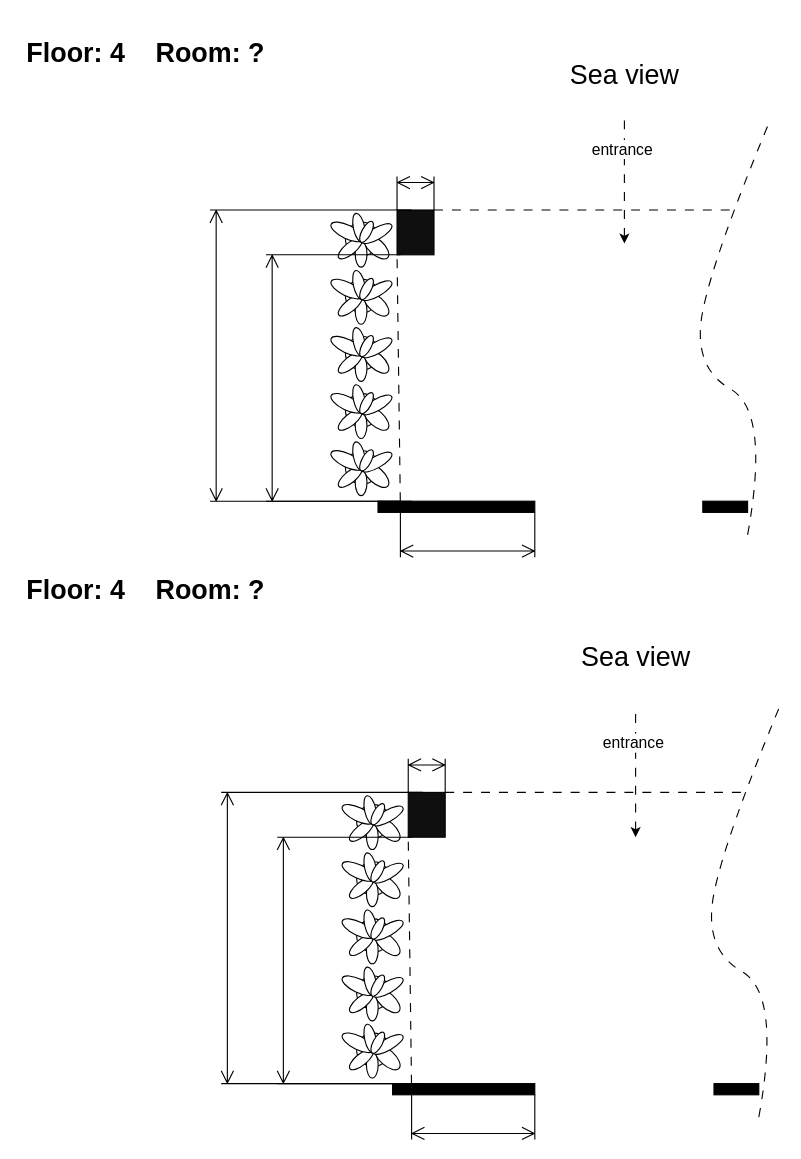
Above: Room 13-14.drawio in hdghg/heaven-balcony (draw.io), before the change. Source tidied: cells renumbered, new cells numbered last; positions are measured from the earlier drawing's top-left corner, leaving out a move shared by most shapes. Both pictures are drawn from the tidied source at 112%, with x=0, y=0 at pixel (19, 30).
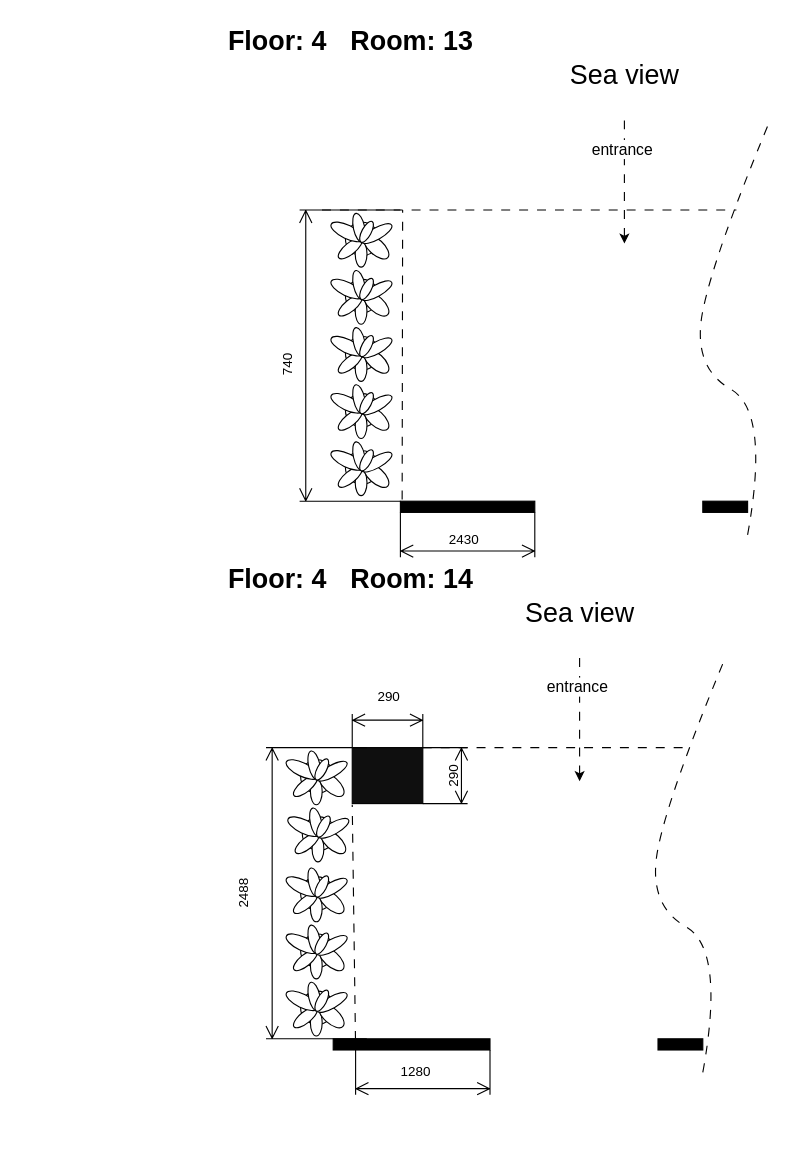
Above is the later version.

Change to the diagram source:
```diff
@@
     <mxCell id="2" value="Floor: 4" style="text;strokeColor=none;fillColor=none;html=1;fontSize=24;fontStyle=1;verticalAlign=middle;align=center;" parent="1" vertex="1">
-      <mxGeometry width="100" height="40" as="geometry" />
+      <mxGeometry x="180" y="-10" width="100" height="40" as="geometry" />
     </mxCell>
-    <mxCell id="3" value="Room: ?" style="text;strokeColor=none;fillColor=none;html=1;fontSize=24;fontStyle=1;verticalAlign=middle;align=center;" parent="1" vertex="1">
-      <mxGeometry x="120" width="100" height="40" as="geometry" />
+    <mxCell id="3" value="Room: 13" style="text;strokeColor=none;fillColor=none;html=1;fontSize=24;fontStyle=1;verticalAlign=middle;align=center;" parent="1" vertex="1">
+      <mxGeometry x="300" y="-10" width="100" height="40" as="geometry" />
     </mxCell>
@@
     <mxCell id="9" style="verticalLabelPosition=bottom;html=1;verticalAlign=top;align=center;shape=mxgraph.floorplan.wall;fillColor=strokeColor;" parent="1" vertex="1">
-      <mxGeometry x="320" y="420" width="140" height="10" as="geometry" />
+      <mxGeometry x="340" y="420" width="120" height="10" as="geometry" />
     </mxCell>
@@
-    <mxCell id="11" style="rounded=0;whiteSpace=wrap;html=1;fillColor=#0F0F0F;" parent="1" vertex="1">
-      <mxGeometry x="337" y="160" width="33" height="40" as="geometry" />
-    </mxCell>
@@
     <mxCell id="15" style="shape=dimension;direction=south;whiteSpace=wrap;html=1;align=left;points=[];verticalAlign=middle;labelBackgroundColor=#ffffff;fillColor=#0F0F0F;" parent="1" vertex="1">
-      <mxGeometry x="170" y="160" width="180" height="260" as="geometry" />
+      <mxGeometry x="250" y="160" width="90" height="260" as="geometry" />
     </mxCell>
-    <mxCell id="16" style="shape=dimension;direction=west;whiteSpace=wrap;html=1;align=center;verticalAlign=top;spacingTop=-8;labelBackgroundColor=#ffffff;fillColor=#0F0F0F;" parent="1" vertex="1">
-      <mxGeometry x="337" y="130" width="33" height="30" as="geometry" />
-    </mxCell>
-    <mxCell id="17" style="endArrow=none;dashed=1;html=1;rounded=0;dashPattern=8 8;exitX=1;exitY=0;exitDx=0;exitDy=0;" parent="1" edge="1" source="11">
+    <mxCell id="17" style="endArrow=none;dashed=1;html=1;rounded=0;dashPattern=8 8;" parent="1" edge="1">
       <mxGeometry relative="1" as="geometry">
+        <mxPoint x="270" y="160" as="sourcePoint" />
         <mxPoint x="640" y="160" as="targetPoint" />
       </mxGeometry>
     </mxCell>
-    <mxCell id="18" style="endArrow=none;dashed=1;html=1;rounded=0;dashPattern=8 8;entryX=0;entryY=1;entryDx=0;entryDy=0;exitX=1;exitY=0.056;exitDx=0;exitDy=0;exitPerimeter=0;" parent="1" edge="1" source="15" target="11">
-      <mxGeometry relative="1" as="geometry" />
-    </mxCell>
@@
-    <mxCell id="20" style="verticalLabelPosition=bottom;html=1;verticalAlign=top;align=center;shape=mxgraph.floorplan.plant;" parent="1" vertex="1">
-      <mxGeometry x="290" y="680" width="47" height="51" as="geometry" />
-    </mxCell>
-    <mxCell id="21" style="verticalLabelPosition=bottom;html=1;verticalAlign=top;align=center;shape=mxgraph.floorplan.wall;fillColor=strokeColor;" parent="1" vertex="1">
-      <mxGeometry x="620" y="940" width="40" height="10" as="geometry" />
-    </mxCell>
-    <mxCell id="22" style="verticalLabelPosition=bottom;html=1;verticalAlign=top;align=center;shape=mxgraph.floorplan.plant;" parent="1" vertex="1">
-      <mxGeometry x="290" y="782" width="47" height="51" as="geometry" />
-    </mxCell>
-    <mxCell id="23" style="verticalLabelPosition=bottom;html=1;verticalAlign=top;align=center;shape=mxgraph.floorplan.plant;" parent="1" vertex="1">
-      <mxGeometry x="290" y="731" width="47" height="51" as="geometry" />
-    </mxCell>
-    <mxCell id="24" style="verticalLabelPosition=bottom;html=1;verticalAlign=top;align=center;shape=mxgraph.floorplan.plant;" parent="1" vertex="1">
-      <mxGeometry x="290" y="833" width="47" height="51" as="geometry" />
-    </mxCell>
-    <mxCell id="25" style="verticalLabelPosition=bottom;html=1;verticalAlign=top;align=center;shape=mxgraph.floorplan.wall;fillColor=strokeColor;" parent="1" vertex="1">
-      <mxGeometry x="333" y="940" width="127" height="10" as="geometry" />
-    </mxCell>
-    <mxCell id="26" style="verticalLabelPosition=bottom;html=1;verticalAlign=top;align=center;shape=mxgraph.floorplan.plant;" parent="1" vertex="1">
-      <mxGeometry x="290" y="884" width="47" height="51" as="geometry" />
-    </mxCell>
-    <mxCell id="27" style="rounded=0;whiteSpace=wrap;html=1;fillColor=#0F0F0F;" parent="1" vertex="1">
-      <mxGeometry x="347" y="680" width="33" height="40" as="geometry" />
-    </mxCell>
-    <mxCell id="28" value="Sea view" style="text;strokeColor=none;fillColor=none;html=1;fontSize=24;fontStyle=0;verticalAlign=middle;align=center;" parent="1" vertex="1">
-      <mxGeometry x="500" y="540" width="100" height="40" as="geometry" />
-    </mxCell>
-    <mxCell id="29" style="endArrow=classic;html=1;rounded=0;dashed=1;dashPattern=8 8;" parent="1" edge="1">
-      <mxGeometry relative="1" as="geometry">
-        <mxPoint x="550" y="610" as="sourcePoint" />
-        <mxPoint x="550" y="720" as="targetPoint" />
-      </mxGeometry>
-    </mxCell>
-    <mxCell id="30" value="entrance" style="edgeLabel;html=1;align=center;verticalAlign=middle;fontSize=14;" parent="29" vertex="1">
-      <mxGeometry x="-0.54" y="-3" relative="1" as="geometry" />
-    </mxCell>
-    <mxCell id="31" style="shape=dimension;direction=south;whiteSpace=wrap;html=1;align=left;points=[];verticalAlign=middle;labelBackgroundColor=#ffffff;fillColor=#0F0F0F;" parent="1" vertex="1">
-      <mxGeometry x="180" y="680" width="180" height="260" as="geometry" />
-    </mxCell>
-    <mxCell id="32" style="shape=dimension;direction=south;whiteSpace=wrap;html=1;align=left;verticalAlign=middle;labelBackgroundColor=#ffffff;fillColor=#0F0F0F;" parent="1" vertex="1">
-      <mxGeometry x="230" y="720" width="120" height="220" as="geometry" />
-    </mxCell>
-    <mxCell id="33" style="shape=dimension;direction=west;whiteSpace=wrap;html=1;align=center;verticalAlign=top;spacingTop=-8;labelBackgroundColor=#ffffff;fillColor=#0F0F0F;" parent="1" vertex="1">
-      <mxGeometry x="347" y="650" width="33" height="30" as="geometry" />
-    </mxCell>
-    <mxCell id="34" style="endArrow=none;dashed=1;html=1;rounded=0;dashPattern=8 8;exitX=1;exitY=0;exitDx=0;exitDy=0;" parent="1" edge="1" source="27">
-      <mxGeometry relative="1" as="geometry">
-        <mxPoint x="650" y="680" as="targetPoint" />
-      </mxGeometry>
-    </mxCell>
-    <mxCell id="35" style="endArrow=none;dashed=1;html=1;rounded=0;dashPattern=8 8;entryX=0;entryY=1;entryDx=0;entryDy=0;exitX=1;exitY=0.056;exitDx=0;exitDy=0;exitPerimeter=0;" parent="1" edge="1" source="31" target="27">
-      <mxGeometry relative="1" as="geometry" />
-    </mxCell>
-    <mxCell id="36" style="curved=1;endArrow=none;html=1;rounded=0;dashed=1;dashPattern=8 8;strokeColor=default;endFill=0;" parent="1" edge="1">
-      <mxGeometry relative="1" as="geometry">
-        <mxPoint x="660" y="970" as="sourcePoint" />
-        <mxPoint x="680" y="600" as="targetPoint" />
-        <Array as="points">
-          <mxPoint x="680" y="860" />
-          <mxPoint x="610" y="820" />
-          <mxPoint x="630" y="720" />
-        </Array>
-      </mxGeometry>
-    </mxCell>
     <mxCell id="37" value="Floor: 4" style="text;strokeColor=none;fillColor=none;html=1;fontSize=24;fontStyle=1;verticalAlign=middle;align=center;" parent="1" vertex="1">
-      <mxGeometry y="480" width="100" height="40" as="geometry" />
+      <mxGeometry x="180" y="470" width="100" height="40" as="geometry" />
     </mxCell>
-    <mxCell id="38" value="Room: ?" style="text;strokeColor=none;fillColor=none;html=1;fontSize=24;fontStyle=1;verticalAlign=middle;align=center;" parent="1" vertex="1">
-      <mxGeometry x="120" y="480" width="100" height="40" as="geometry" />
+    <mxCell id="38" value="Room: 14" style="text;strokeColor=none;fillColor=none;html=1;fontSize=24;fontStyle=1;verticalAlign=middle;align=center;" parent="1" vertex="1">
+      <mxGeometry x="300" y="470" width="100" height="40" as="geometry" />
     </mxCell>
@@
-    <mxCell id="40" style="shape=dimension;direction=south;whiteSpace=wrap;html=1;align=left;verticalAlign=middle;labelBackgroundColor=#ffffff;fillColor=#0F0F0F;" parent="1" vertex="1">
-      <mxGeometry x="220" y="200" width="120" height="220" as="geometry" />
-    </mxCell>
-    <mxCell id="41" style="shape=dimension;whiteSpace=wrap;html=1;align=center;verticalAlign=bottom;spacingBottom=-5;labelBackgroundColor=#ffffff;fontSize=14;fillColor=#0F0F0F;" parent="1" vertex="1">
-      <mxGeometry x="350" y="950" width="110" height="40" as="geometry" />
-    </mxCell>
+    <mxCell id="42" style="endArrow=none;dashed=1;html=1;rounded=0;dashPattern=8 8;exitX=0.013;exitY=-0.15;exitDx=0;exitDy=0;exitPerimeter=0;" parent="1" edge="1" source="9">
+      <mxGeometry relative="1" as="geometry">
+        <mxPoint x="342" y="160" as="targetPoint" />
+      </mxGeometry>
+    </mxCell>
+    <mxCell id="43" value="740" style="text;html=1;strokeColor=none;fillColor=none;align=center;verticalAlign=middle;whiteSpace=wrap;rounded=0;rotation=270;" parent="1" vertex="1">
+      <mxGeometry x="210" y="283" width="60" height="30" as="geometry" />
+    </mxCell>
+    <mxCell id="44" value="2430" style="text;html=1;strokeColor=none;fillColor=none;align=center;verticalAlign=middle;whiteSpace=wrap;rounded=0;" parent="1" vertex="1">
+      <mxGeometry x="367" y="440" width="60" height="30" as="geometry" />
+    </mxCell>
+    <mxCell id="45" style="verticalLabelPosition=bottom;html=1;verticalAlign=top;align=center;shape=mxgraph.floorplan.plant;" parent="1" vertex="1">
+      <mxGeometry x="240" y="640" width="47" height="51" as="geometry" />
+    </mxCell>
+    <mxCell id="46" style="verticalLabelPosition=bottom;html=1;verticalAlign=top;align=center;shape=mxgraph.floorplan.wall;fillColor=strokeColor;" parent="1" vertex="1">
+      <mxGeometry x="570" y="900" width="40" height="10" as="geometry" />
+    </mxCell>
+    <mxCell id="47" style="verticalLabelPosition=bottom;html=1;verticalAlign=top;align=center;shape=mxgraph.floorplan.plant;" parent="1" vertex="1">
+      <mxGeometry x="240" y="744.5" width="47" height="51" as="geometry" />
+    </mxCell>
+    <mxCell id="48" style="verticalLabelPosition=bottom;html=1;verticalAlign=top;align=center;shape=mxgraph.floorplan.plant;" parent="1" vertex="1">
+      <mxGeometry x="240" y="795.5" width="47" height="51" as="geometry" />
+    </mxCell>
+    <mxCell id="49" style="verticalLabelPosition=bottom;html=1;verticalAlign=top;align=center;shape=mxgraph.floorplan.wall;fillColor=strokeColor;" parent="1" vertex="1">
+      <mxGeometry x="280" y="900" width="140" height="10" as="geometry" />
+    </mxCell>
+    <mxCell id="50" style="verticalLabelPosition=bottom;html=1;verticalAlign=top;align=center;shape=mxgraph.floorplan.plant;" parent="1" vertex="1">
+      <mxGeometry x="240" y="846.5" width="47" height="51" as="geometry" />
+    </mxCell>
+    <mxCell id="51" style="rounded=0;whiteSpace=wrap;html=1;fillColor=#0F0F0F;" parent="1" vertex="1">
+      <mxGeometry x="297" y="640" width="63" height="50" as="geometry" />
+    </mxCell>
+    <mxCell id="28" value="Sea view" style="text;strokeColor=none;fillColor=none;html=1;fontSize=24;fontStyle=0;verticalAlign=middle;align=center;" parent="1" vertex="1">
+      <mxGeometry x="450" y="500" width="100" height="40" as="geometry" />
+    </mxCell>
+    <mxCell id="52" style="endArrow=classic;html=1;rounded=0;dashed=1;dashPattern=8 8;" parent="1" edge="1">
+      <mxGeometry relative="1" as="geometry">
+        <mxPoint x="500" y="560" as="sourcePoint" />
+        <mxPoint x="500" y="670" as="targetPoint" />
+      </mxGeometry>
+    </mxCell>
+    <mxCell id="30" value="entrance" style="edgeLabel;html=1;align=center;verticalAlign=middle;fontSize=14;" parent="52" vertex="1">
+      <mxGeometry x="-0.54" y="-3" relative="1" as="geometry" />
+    </mxCell>
+    <mxCell id="53" style="shape=dimension;direction=south;whiteSpace=wrap;html=1;align=left;verticalAlign=middle;labelBackgroundColor=#ffffff;fillColor=#0F0F0F;" parent="1" vertex="1">
+      <mxGeometry x="220" y="640" width="90" height="260" as="geometry" />
+    </mxCell>
+    <mxCell id="54" style="shape=dimension;direction=west;whiteSpace=wrap;html=1;align=center;verticalAlign=top;spacingTop=-8;labelBackgroundColor=#ffffff;fillColor=#0F0F0F;" parent="1" vertex="1">
+      <mxGeometry x="297" y="610" width="63" height="30" as="geometry" />
+    </mxCell>
+    <mxCell id="55" style="endArrow=none;dashed=1;html=1;rounded=0;dashPattern=8 8;exitX=1;exitY=0;exitDx=0;exitDy=0;" parent="1" edge="1" source="51">
+      <mxGeometry relative="1" as="geometry">
+        <mxPoint x="600" y="640" as="targetPoint" />
+      </mxGeometry>
+    </mxCell>
+    <mxCell id="56" style="curved=1;endArrow=none;html=1;rounded=0;dashed=1;dashPattern=8 8;strokeColor=default;endFill=0;" parent="1" edge="1">
+      <mxGeometry relative="1" as="geometry">
+        <mxPoint x="610" y="930" as="sourcePoint" />
+        <mxPoint x="630" y="560" as="targetPoint" />
+        <Array as="points">
+          <mxPoint x="630" y="820" />
+          <mxPoint x="560" y="780" />
+          <mxPoint x="580" y="680" />
+        </Array>
+      </mxGeometry>
+    </mxCell>
+    <mxCell id="57" style="shape=dimension;whiteSpace=wrap;html=1;align=center;verticalAlign=bottom;spacingBottom=-5;labelBackgroundColor=#ffffff;fontSize=14;fillColor=#0F0F0F;" parent="1" vertex="1">
+      <mxGeometry x="300" y="910" width="120" height="40" as="geometry" />
+    </mxCell>
+    <mxCell id="58" value="2488" style="text;html=1;strokeColor=none;fillColor=none;align=center;verticalAlign=middle;whiteSpace=wrap;rounded=0;rotation=270;" parent="1" vertex="1">
+      <mxGeometry x="170" y="755" width="60" height="30" as="geometry" />
+    </mxCell>
+    <mxCell id="59" style="verticalLabelPosition=bottom;html=1;verticalAlign=top;align=center;shape=mxgraph.floorplan.plant;" parent="1" vertex="1">
+      <mxGeometry x="241.5" y="691" width="47" height="51" as="geometry" />
+    </mxCell>
+    <mxCell id="60" value="290" style="text;html=1;strokeColor=none;fillColor=none;align=center;verticalAlign=middle;whiteSpace=wrap;rounded=0;" parent="1" vertex="1">
+      <mxGeometry x="300" y="580" width="60" height="30" as="geometry" />
+    </mxCell>
+    <mxCell id="61" value="1280" style="text;html=1;strokeColor=none;fillColor=none;align=center;verticalAlign=middle;whiteSpace=wrap;rounded=0;" parent="1" vertex="1">
+      <mxGeometry x="324" y="915" width="60" height="30" as="geometry" />
+    </mxCell>
+    <mxCell id="62" style="endArrow=none;dashed=1;html=1;rounded=0;dashPattern=8 8;entryX=0;entryY=1;entryDx=0;entryDy=0;exitX=1;exitY=0.056;exitDx=0;exitDy=0;exitPerimeter=0;" parent="1" edge="1">
+      <mxGeometry relative="1" as="geometry">
+        <mxPoint x="299.9" y="901" as="sourcePoint" />
+        <mxPoint x="297" y="691" as="targetPoint" />
+      </mxGeometry>
+    </mxCell>
+    <mxCell id="63" style="shape=dimension;direction=north;whiteSpace=wrap;html=1;align=right;verticalAlign=middle;labelBackgroundColor=#ffffff;" parent="1" vertex="1">
+      <mxGeometry x="360" y="640" width="40" height="50" as="geometry" />
+    </mxCell>
+    <mxCell id="64" value="290" style="text;html=1;strokeColor=none;fillColor=none;align=center;verticalAlign=middle;whiteSpace=wrap;rounded=0;rotation=270;" parent="1" vertex="1">
+      <mxGeometry x="357" y="650.5" width="60" height="30" as="geometry" />
+    </mxCell>
```
